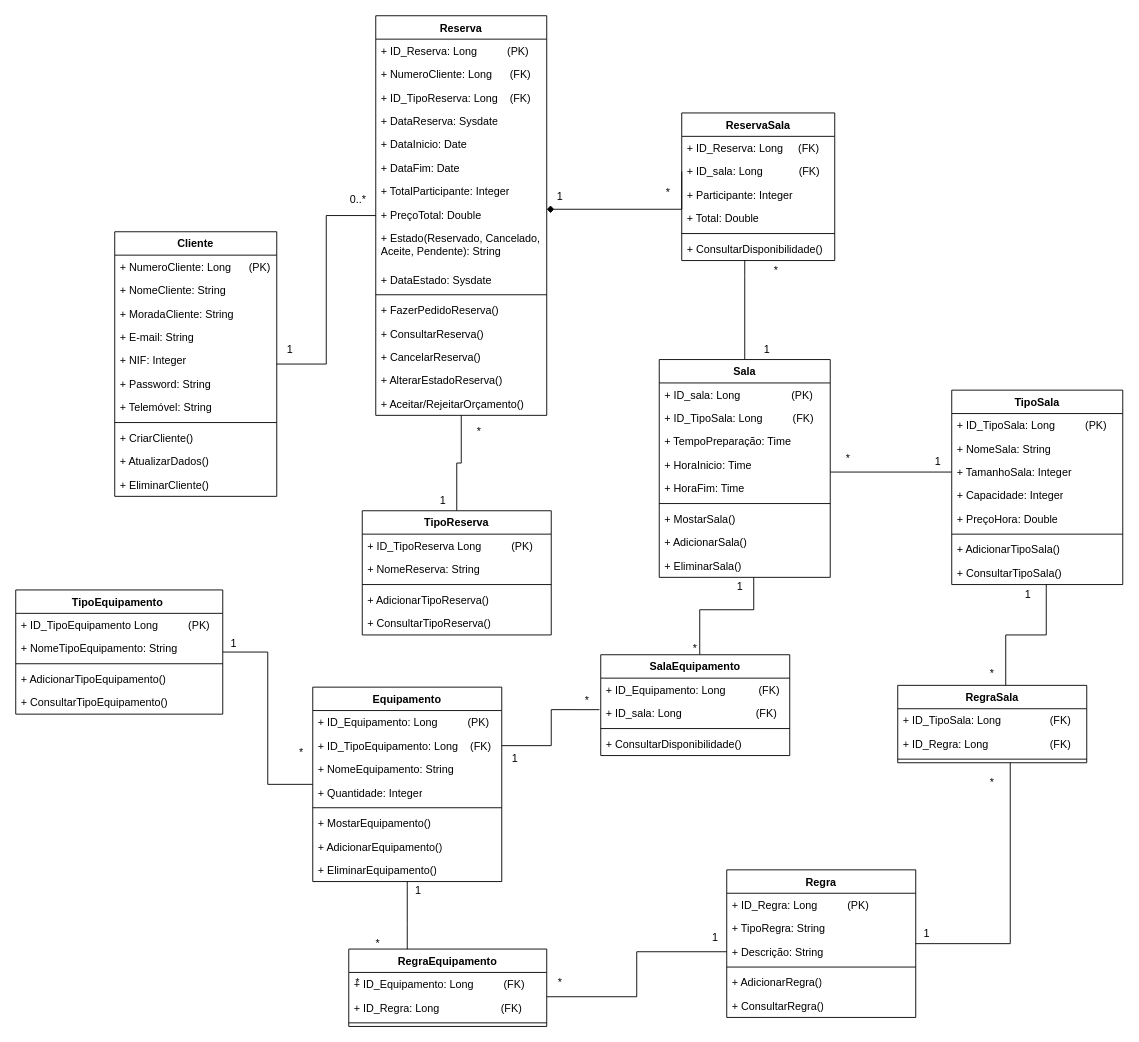
The draw.io diagram Diagrama de Classes.drawio in ic3K1ng/Rooms-Equipments, before the edit. Source tidied: cells renumbered, new cells numbered last; positions are measured from the earlier drawing's top-left corner, leaving out a move shared by most shapes. Both pictures are drawn from the tidied source at 90%, with x=0, y=0 at pixel (15, 15).
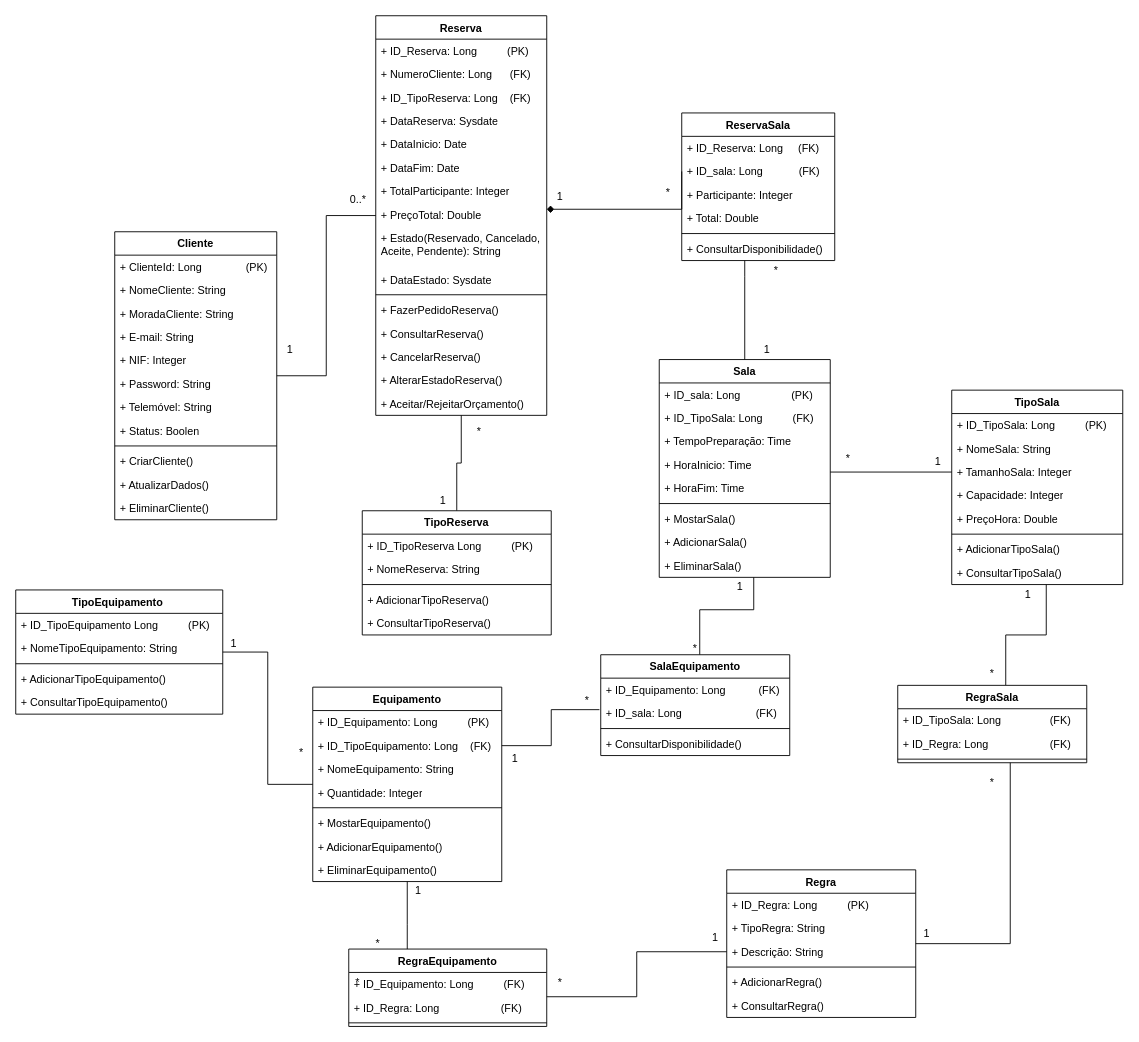
The same page after the edit.

Diff of the diagram source:
```diff
@@
     <mxCell id="3" value="Cliente" style="swimlane;fontStyle=1;align=center;verticalAlign=top;horizontal=1;startSize=26;whiteSpace=wrap;html=1;" parent="1" vertex="1">
-      <mxGeometry x="110" y="240" width="180" height="294" as="geometry" />
+      <mxGeometry x="110" y="240" width="180" height="320" as="geometry" />
     </mxCell>
-    <mxCell id="4" value="+ NumeroCliente: Long&lt;span style=&quot;white-space: pre;&quot;&gt;&#9;&lt;/span&gt;&amp;nbsp; &amp;nbsp;(PK)" style="text;strokeColor=none;fillColor=none;align=left;verticalAlign=top;spacingLeft=4;spacingRight=4;overflow=hidden;whiteSpace=wrap;html=1;" parent="3" vertex="1">
+    <mxCell id="4" value="+ ClienteId: Long&lt;span style=&quot;white-space: pre;&quot;&gt;&#9;&lt;/span&gt;&amp;nbsp; &amp;nbsp; &amp;nbsp; &amp;nbsp;&amp;nbsp; &amp;nbsp;(PK)" style="text;strokeColor=none;fillColor=none;align=left;verticalAlign=top;spacingLeft=4;spacingRight=4;overflow=hidden;whiteSpace=wrap;html=1;" parent="3" vertex="1">
       <mxGeometry y="26" width="180" height="26" as="geometry" />
     </mxCell>
@@
+    <mxCell id="135" value="+ Status: Boolen" style="text;strokeColor=none;fillColor=none;align=left;verticalAlign=top;spacingLeft=4;spacingRight=4;overflow=hidden;whiteSpace=wrap;html=1;" parent="3" vertex="1">
+      <mxGeometry y="208" width="180" height="26" as="geometry" />
+    </mxCell>
     <mxCell id="11" style="line;strokeWidth=1;fillColor=none;align=left;verticalAlign=middle;spacingTop=-1;spacingLeft=3;spacingRight=3;labelPosition=right;strokeColor=inherit;" parent="3" vertex="1">
-      <mxGeometry y="208" width="180" height="8" as="geometry" />
+      <mxGeometry y="234" width="180" height="8" as="geometry" />
     </mxCell>
     <mxCell id="12" value="+ CriarCliente()" style="text;strokeColor=none;fillColor=none;align=left;verticalAlign=top;spacingLeft=4;spacingRight=4;overflow=hidden;whiteSpace=wrap;html=1;" parent="3" vertex="1">
-      <mxGeometry y="216" width="180" height="26" as="geometry" />
+      <mxGeometry y="242" width="180" height="26" as="geometry" />
     </mxCell>
     <mxCell id="13" value="+ AtualizarDados()" style="text;strokeColor=none;fillColor=none;align=left;verticalAlign=top;spacingLeft=4;spacingRight=4;overflow=hidden;whiteSpace=wrap;html=1;" parent="3" vertex="1">
-      <mxGeometry y="242" width="180" height="26" as="geometry" />
+      <mxGeometry y="268" width="180" height="26" as="geometry" />
     </mxCell>
     <mxCell id="14" value="+ EliminarCliente()" style="text;strokeColor=none;fillColor=none;align=left;verticalAlign=top;spacingLeft=4;spacingRight=4;overflow=hidden;whiteSpace=wrap;html=1;" parent="3" vertex="1">
-      <mxGeometry y="268" width="180" height="26" as="geometry" />
+      <mxGeometry y="294" width="180" height="26" as="geometry" />
     </mxCell>
```
